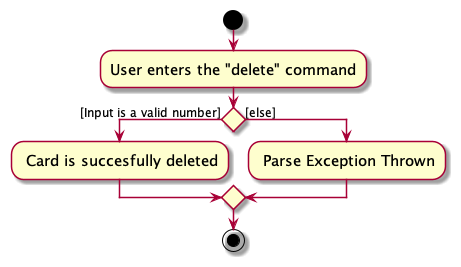
Earlier version of the PlantUML export docs/images/DeleteCommandActivityDiagram.png (nus-cs2103-AY2324S1/tp). Source of this version:
```plantuml
@startuml
skin rose
skinparam ActivityFontSize 15
skinparam ArrowFontSize 12
start
:User enters the "delete" command;


if () then ([Input is a valid number])
    : Card is succesfully deleted;

else ([else])
    : Parse Exception Thrown;
endif
stop
@enduml
```
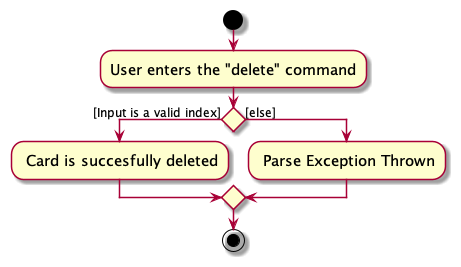
After the change.

The edit, as a diff of the source:
```diff
@@ -6,7 +6,7 @@
 :User enters the "delete" command;
 
 
-if () then ([Input is a valid number])
+if () then ([Input is a valid index])
     : Card is succesfully deleted;
 
 else ([else])
```
